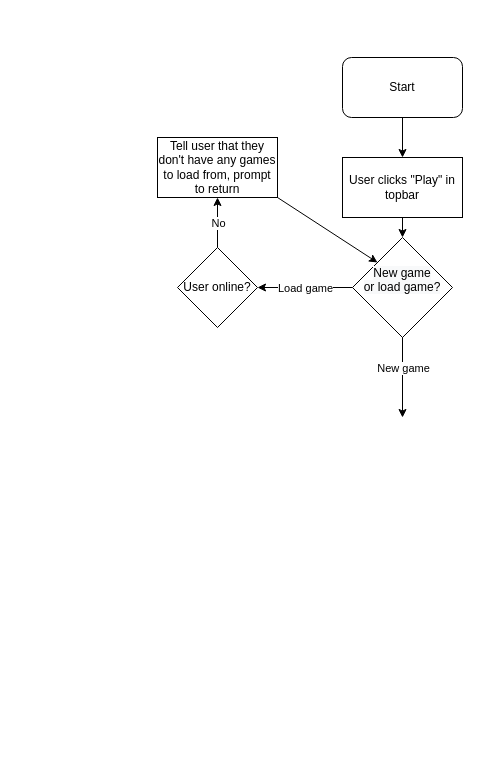
The draw.io diagram public/nea/New game flow.drawio in Ultrasonic1209/chess-app-frontend, before the edit. Source tidied: cells renumbered, new cells numbered last; positions are measured from the earlier drawing's top-left corner, leaving out a move shared by most shapes. Both pictures are drawn from the tidied source at 100%, with x=0, y=0 at pixel (157, 57).
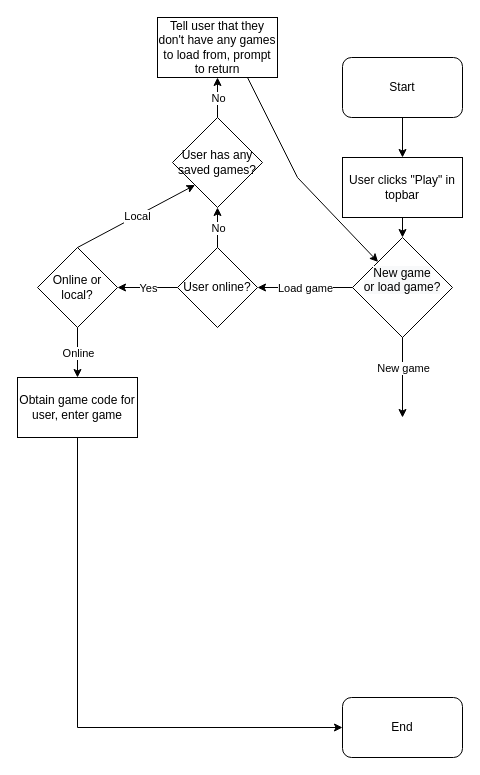
The same diagram, later.

Commit message:
[skip actions] Complete another tree

Unchanged cells that the change refers to:
```xml
<mxCell id="8" value="&#10;&lt;span style=&quot;color: rgb(0, 0, 0); font-family: Helvetica; font-size: 12px; font-style: normal; font-variant-ligatures: normal; font-variant-caps: normal; font-weight: 400; letter-spacing: normal; orphans: 2; text-align: center; text-indent: 0px; text-transform: none; widows: 2; word-spacing: 0px; -webkit-text-stroke-width: 0px; background-color: rgb(248, 249, 250); text-decoration-thickness: initial; text-decoration-style: initial; text-decoration-color: initial; float: none; display: inline !important;&quot;&gt;New game&lt;/span&gt;&lt;br style=&quot;color: rgb(0, 0, 0); font-family: Helvetica; font-size: 12px; font-style: normal; font-variant-ligatures: normal; font-variant-caps: normal; font-weight: 400; letter-spacing: normal; orphans: 2; text-align: center; text-indent: 0px; text-transform: none; widows: 2; word-spacing: 0px; -webkit-text-stroke-width: 0px; background-color: rgb(248, 249, 250); text-decoration-thickness: initial; text-decoration-style: initial; text-decoration-color: initial;&quot;&gt;&lt;span style=&quot;color: rgb(0, 0, 0); font-family: Helvetica; font-size: 12px; font-style: normal; font-variant-ligatures: normal; font-variant-caps: normal; font-weight: 400; letter-spacing: normal; orphans: 2; text-align: center; text-indent: 0px; text-transform: none; widows: 2; word-spacing: 0px; -webkit-text-stroke-width: 0px; background-color: rgb(248, 249, 250); text-decoration-thickness: initial; text-decoration-style: initial; text-decoration-color: initial; float: none; display: inline !important;&quot;&gt;or load game?&lt;/span&gt;&#10;&#10;" style="rhombus;whiteSpace=wrap;html=1;" parent="1" vertex="1">
  <mxGeometry x="195" y="180" width="100" height="100" as="geometry" />
</mxCell>
<mxCell id="11" value="User online?" style="rhombus;whiteSpace=wrap;html=1;" parent="1" vertex="1">
  <mxGeometry x="20" y="190" width="80" height="80" as="geometry" />
</mxCell>
```

Diff of the diagram source:
```diff
@@
-    <mxCell id="12" style="endArrow=classic;html=1;rounded=0;exitX=0.5;exitY=0;exitDx=0;exitDy=0;" parent="1" edge="1" source="11">
-      <mxGeometry relative="1" as="geometry">
-        <mxPoint x="60" y="140" as="targetPoint" />
-      </mxGeometry>
+    <mxCell id="12" style="endArrow=classic;html=1;rounded=0;exitX=0.5;exitY=0;exitDx=0;exitDy=0;entryX=0.5;entryY=1;entryDx=0;entryDy=0;" parent="1" edge="1" source="11" target="18">
+      <mxGeometry relative="1" as="geometry" />
     </mxCell>
@@
+    <mxCell id="15" style="endArrow=classic;html=1;rounded=0;exitX=0.75;exitY=1;exitDx=0;exitDy=0;" parent="1" edge="1" source="14" target="8">
+      <mxGeometry relative="1" as="geometry">
+        <Array as="points">
+          <mxPoint x="140" y="120" />
+        </Array>
+      </mxGeometry>
+    </mxCell>
+    <mxCell id="16" style="endArrow=classic;html=1;rounded=0;exitX=0;exitY=0.5;exitDx=0;exitDy=0;" parent="1" edge="1" source="11">
+      <mxGeometry relative="1" as="geometry">
+        <mxPoint x="-40" y="230" as="targetPoint" />
+        <Array as="points">
+          <mxPoint y="230" />
+        </Array>
+      </mxGeometry>
+    </mxCell>
+    <mxCell id="17" value="Yes" style="edgeLabel;html=1;align=center;verticalAlign=middle;" parent="16" vertex="1">
+      <mxGeometry relative="1" as="geometry" />
+    </mxCell>
-    <mxCell id="14" value="Tell user that they don't have any games to load from, prompt to return" style="rounded=0;whiteSpace=wrap;html=1;" parent="1" vertex="1">
-      <mxGeometry y="80" width="120" height="60" as="geometry" />
+    <mxCell id="14" value="&lt;span style=&quot;&quot;&gt;Tell user that they don't have any games to load from, prompt to return&lt;/span&gt;" style="rounded=0;whiteSpace=wrap;html=1;" parent="1" vertex="1">
+      <mxGeometry y="-40" width="120" height="60" as="geometry" />
     </mxCell>
-    <mxCell id="15" style="endArrow=classic;html=1;rounded=0;entryX=0;entryY=0;entryDx=0;entryDy=0;exitX=1;exitY=1;exitDx=0;exitDy=0;" parent="1" edge="1" source="14" target="8">
-      <mxGeometry relative="1" as="geometry" />
-    </mxCell>
+    <mxCell id="18" value="User has any saved games?" style="rhombus;whiteSpace=wrap;html=1;" parent="1" vertex="1">
+      <mxGeometry x="15" y="60" width="90" height="90" as="geometry" />
+    </mxCell>
+    <mxCell id="19" style="endArrow=classic;html=1;rounded=0;entryX=0.5;entryY=1;entryDx=0;entryDy=0;exitX=0.5;exitY=0;exitDx=0;exitDy=0;" parent="1" edge="1" source="18" target="14">
+      <mxGeometry relative="1" as="geometry" />
+    </mxCell>
+    <mxCell id="20" value="No" style="edgeLabel;html=1;align=center;verticalAlign=middle;" parent="19" vertex="1">
+      <mxGeometry relative="1" as="geometry" />
+    </mxCell>
+    <mxCell id="21" value="Online or&lt;br&gt;local?" style="rhombus;whiteSpace=wrap;html=1;" parent="1" vertex="1">
+      <mxGeometry x="-120" y="190" width="80" height="80" as="geometry" />
+    </mxCell>
+    <mxCell id="22" style="endArrow=classic;html=1;rounded=0;entryX=0;entryY=1;entryDx=0;entryDy=0;" parent="1" edge="1" target="18">
+      <mxGeometry relative="1" as="geometry">
+        <mxPoint x="-80" y="190" as="sourcePoint" />
+      </mxGeometry>
+    </mxCell>
+    <mxCell id="23" value="Local" style="edgeLabel;html=1;align=center;verticalAlign=middle;" parent="22" vertex="1">
+      <mxGeometry relative="1" as="geometry" />
+    </mxCell>
+    <mxCell id="24" style="endArrow=classic;html=1;rounded=0;" parent="1" edge="1">
+      <mxGeometry relative="1" as="geometry">
+        <mxPoint x="-80" y="270" as="sourcePoint" />
+        <mxPoint x="-80" y="320" as="targetPoint" />
+      </mxGeometry>
+    </mxCell>
+    <mxCell id="25" value="Online" style="edgeLabel;html=1;align=center;verticalAlign=middle;" parent="24" vertex="1">
+      <mxGeometry relative="1" as="geometry" />
+    </mxCell>
+    <mxCell id="26" value="Obtain game code for user, enter game" style="rounded=0;whiteSpace=wrap;html=1;" parent="1" vertex="1">
+      <mxGeometry x="-140" y="320" width="120" height="60" as="geometry" />
+    </mxCell>
+    <mxCell id="27" value="End" style="rounded=1;whiteSpace=wrap;html=1;" parent="1" vertex="1">
+      <mxGeometry x="185" y="640" width="120" height="60" as="geometry" />
+    </mxCell>
+    <mxCell id="28" style="endArrow=classic;html=1;rounded=0;exitX=0.5;exitY=1;exitDx=0;exitDy=0;entryX=0;entryY=0.5;entryDx=0;entryDy=0;" parent="1" edge="1" source="26" target="27">
+      <mxGeometry relative="1" as="geometry">
+        <Array as="points">
+          <mxPoint x="-80" y="670" />
+        </Array>
+      </mxGeometry>
+    </mxCell>
```
